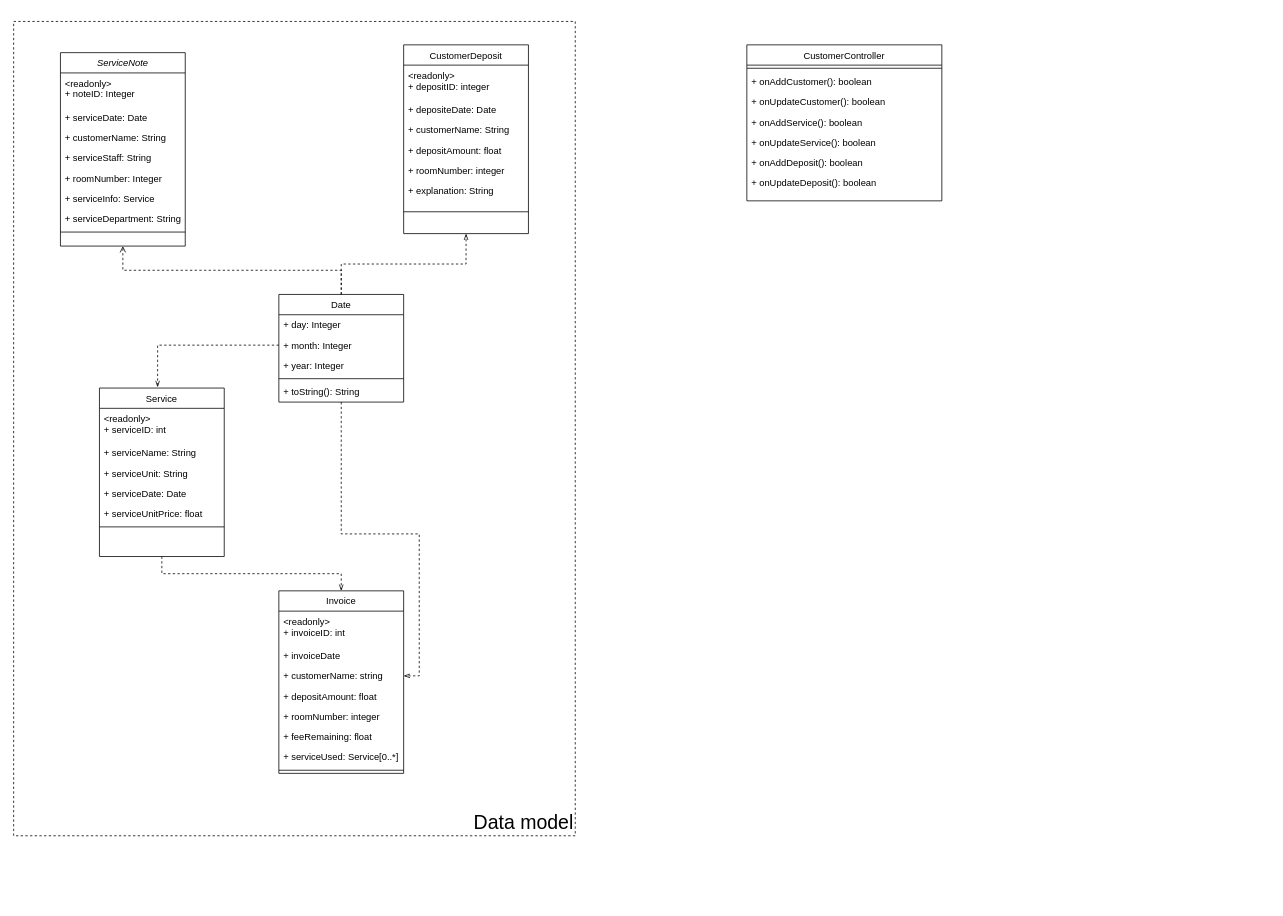
Above: Diagram/Class Diagram.drawio in jonathanha52/SE104.L23.PMCL (draw.io), before the change. Source tidied: cells renumbered, new cells numbered last; positions are measured from the earlier drawing's top-left corner, leaving out a move shared by most shapes. Both pictures are drawn from the tidied source at 78%, with x=0, y=0 at pixel (13, 21).
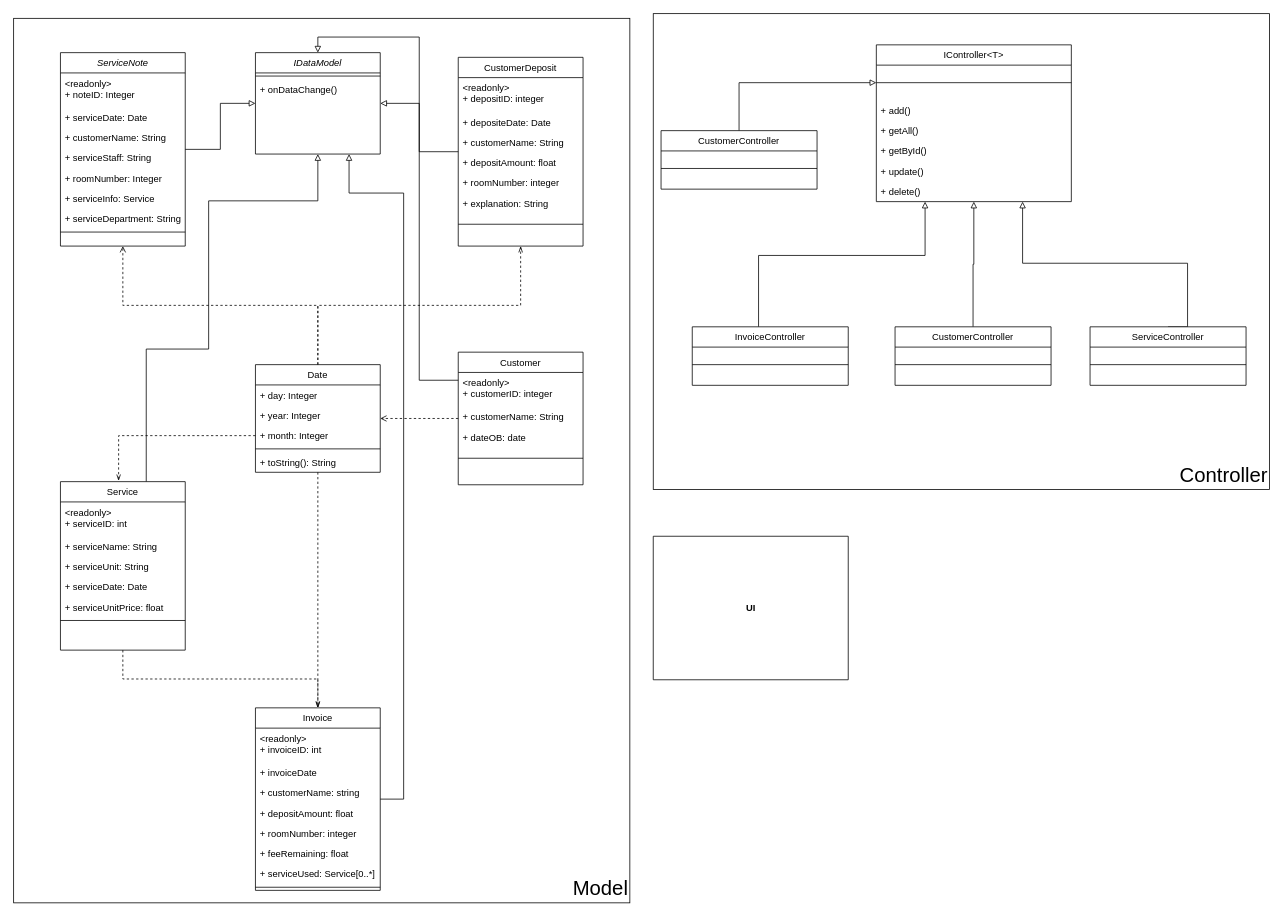
The same diagram, later.

The change refers to these unchanged cells:
```xml
<mxCell id="3" value="ServiceNote" style="swimlane;fontStyle=2;align=center;verticalAlign=top;horizontal=1;startSize=26;rounded=0;shadow=0;strokeWidth=1;" parent="1" vertex="1">
  <mxGeometry x="60" y="40" width="160" height="248" as="geometry" />
</mxCell>
<mxCell id="41" value="+ customerName: string" style="text;align=left;verticalAlign=top;spacingLeft=4;spacingRight=4;overflow=hidden;points=[[0,0.5],[1,0.5]];portConstraint=eastwest;rounded=0;shadow=0;html=0;" parent="38" vertex="1">
  <mxGeometry y="96" width="160" height="26" as="geometry" />
</mxCell>
```

Diff of the diagram source:
```diff
@@
-    <mxCell id="2" value="Data model" style="rounded=0;whiteSpace=wrap;html=1;fillColor=none;dashed=1;align=right;verticalAlign=bottom;fontSize=25;" parent="1" vertex="1">
-      <mxGeometry width="720" height="1044" as="geometry" />
-    </mxCell>
+    <mxCell id="55" value="Controller" style="rounded=0;whiteSpace=wrap;html=1;fillColor=none;shadow=0;glass=0;align=right;verticalAlign=bottom;fontSize=26;" parent="1" vertex="1">
+      <mxGeometry x="820" y="-10" width="790" height="610" as="geometry" />
+    </mxCell>
+    <mxCell id="56" value="Model" style="rounded=0;whiteSpace=wrap;html=1;fillColor=none;shadow=0;glass=0;align=right;verticalAlign=bottom;fontSize=26;" parent="1" vertex="1">
+      <mxGeometry y="-4" width="790" height="1134" as="geometry" />
+    </mxCell>
+    <mxCell id="57" style="edgeStyle=orthogonalEdgeStyle;rounded=0;jettySize=auto;html=1;endArrow=block;endFill=0;" parent="1" edge="1" source="3" target="83">
+      <mxGeometry relative="1" as="geometry" />
+    </mxCell>
@@
+    <mxCell id="58" style="edgeStyle=orthogonalEdgeStyle;rounded=0;jettySize=auto;html=1;entryX=0.5;entryY=1;entryDx=0;entryDy=0;endArrow=block;endFill=0;" parent="1" edge="1" source="13" target="83">
+      <mxGeometry relative="1" as="geometry">
+        <Array as="points">
+          <mxPoint x="170" y="420" />
+          <mxPoint x="250" y="420" />
+          <mxPoint x="250" y="230" />
+          <mxPoint x="390" y="230" />
+        </Array>
+      </mxGeometry>
+    </mxCell>
     <mxCell id="13" value="Service" style="swimlane;fontStyle=0;align=center;verticalAlign=top;horizontal=1;startSize=26;rounded=0;shadow=0;strokeWidth=1;" parent="1" vertex="1">
-      <mxGeometry x="110" y="470" width="160" height="216" as="geometry" />
+      <mxGeometry x="60" y="590" width="160" height="216" as="geometry" />
     </mxCell>
@@
-    <mxCell id="21" style="edgeStyle=orthogonalEdgeStyle;rounded=0;jettySize=auto;html=1;entryX=1;entryY=0.5;entryDx=0;entryDy=0;dashed=1;endArrow=openThin;endFill=0;" parent="1" edge="1" source="22" target="41">
+    <mxCell id="21" style="edgeStyle=orthogonalEdgeStyle;rounded=0;jettySize=auto;html=1;entryX=0.5;entryY=0;entryDx=0;entryDy=0;dashed=1;endArrow=openThin;endFill=0;" parent="1" edge="1" source="22" target="38">
       <mxGeometry relative="1" as="geometry" />
     </mxCell>
     <mxCell id="22" value="Date" style="swimlane;fontStyle=0;align=center;verticalAlign=top;horizontal=1;startSize=26;rounded=0;shadow=0;strokeWidth=1;" parent="1" vertex="1">
-      <mxGeometry x="340" y="350" width="160" height="138" as="geometry" />
+      <mxGeometry x="310" y="440" width="160" height="138" as="geometry" />
     </mxCell>
@@
+    <mxCell id="25" value="+ year: Integer" style="text;align=left;verticalAlign=top;spacingLeft=4;spacingRight=4;overflow=hidden;" parent="22" vertex="1">
+      <mxGeometry y="52" width="160" height="26" as="geometry" />
+    </mxCell>
     <mxCell id="24" value="+ month: Integer" style="text;align=left;verticalAlign=top;spacingLeft=4;spacingRight=4;overflow=hidden;points=[[0,0.5],[1,0.5]];portConstraint=eastwest;" parent="22" vertex="1">
-      <mxGeometry y="52" width="160" height="26" as="geometry" />
+      <mxGeometry y="78" width="160" height="26" as="geometry" />
     </mxCell>
-    <mxCell id="25" value="+ year: Integer" style="text;align=left;verticalAlign=top;spacingLeft=4;spacingRight=4;overflow=hidden;" parent="22" vertex="1">
-      <mxGeometry y="78" width="160" height="26" as="geometry" />
-    </mxCell>
@@
+    <mxCell id="59" style="edgeStyle=orthogonalEdgeStyle;rounded=0;jettySize=auto;html=1;endArrow=block;endFill=0;" parent="1" edge="1" source="29" target="83">
+      <mxGeometry relative="1" as="geometry" />
+    </mxCell>
     <mxCell id="29" value="CustomerDeposit" style="swimlane;fontStyle=0;align=center;verticalAlign=top;horizontal=1;startSize=26;rounded=0;shadow=0;strokeWidth=1;" parent="1" vertex="1">
-      <mxGeometry x="500" y="30" width="160" height="242" as="geometry" />
+      <mxGeometry x="570" y="46" width="160" height="242" as="geometry" />
     </mxCell>
@@
+    <mxCell id="60" style="edgeStyle=orthogonalEdgeStyle;rounded=0;jettySize=auto;html=1;entryX=0.75;entryY=1;entryDx=0;entryDy=0;endArrow=block;endFill=0;" parent="1" edge="1" source="38" target="83">
+      <mxGeometry relative="1" as="geometry">
+        <Array as="points">
+          <mxPoint x="500" y="997" />
+          <mxPoint x="500" y="220" />
+          <mxPoint x="430" y="220" />
+        </Array>
+      </mxGeometry>
+    </mxCell>
     <mxCell id="38" value="Invoice" style="swimlane;fontStyle=0;align=center;verticalAlign=top;horizontal=1;startSize=26;rounded=0;shadow=0;strokeWidth=1;" parent="1" vertex="1">
-      <mxGeometry x="340" y="730" width="160" height="234" as="geometry" />
+      <mxGeometry x="310" y="880" width="160" height="234" as="geometry" />
     </mxCell>
@@
-    <mxCell id="47" value="CustomerController" style="swimlane;fontStyle=0;align=center;verticalAlign=top;horizontal=1;startSize=26;rounded=0;shadow=0;strokeWidth=1;" parent="1" vertex="1">
-      <mxGeometry x="940" y="30" width="250" height="200" as="geometry" />
+    <mxCell id="47" value="IController&lt;T&gt;" style="swimlane;fontStyle=0;align=center;verticalAlign=top;horizontal=1;startSize=26;rounded=0;shadow=0;strokeWidth=1;" parent="1" vertex="1">
+      <mxGeometry x="1106" y="30" width="250" height="201" as="geometry" />
     </mxCell>
     <mxCell id="48" style="line;html=1;strokeWidth=1;align=left;verticalAlign=middle;spacingTop=-1;spacingLeft=3;spacingRight=3;labelPosition=right;points=[];portConstraint=eastwest;" parent="47" vertex="1">
-      <mxGeometry y="26" width="250" height="8" as="geometry" />
+      <mxGeometry y="26" width="250" height="45" as="geometry" />
     </mxCell>
-    <mxCell id="49" value="+ onAddCustomer(): boolean " style="text;align=left;verticalAlign=top;spacingLeft=4;spacingRight=4;overflow=hidden;rounded=0;shadow=0;html=0;" parent="47" vertex="1">
-      <mxGeometry y="34" width="250" height="26" as="geometry" />
-    </mxCell>
-    <mxCell id="50" value="+ onUpdateCustomer(): boolean " style="text;align=left;verticalAlign=top;spacingLeft=4;spacingRight=4;overflow=hidden;rounded=0;shadow=0;html=0;" parent="47" vertex="1">
-      <mxGeometry y="60" width="250" height="26" as="geometry" />
-    </mxCell>
-    <mxCell id="51" value="+ onAddService(): boolean " style="text;align=left;verticalAlign=top;spacingLeft=4;spacingRight=4;overflow=hidden;rounded=0;shadow=0;html=0;" parent="47" vertex="1">
-      <mxGeometry y="86" width="250" height="26" as="geometry" />
-    </mxCell>
-    <mxCell id="52" value="+ onUpdateService(): boolean " style="text;align=left;verticalAlign=top;spacingLeft=4;spacingRight=4;overflow=hidden;rounded=0;shadow=0;html=0;" parent="47" vertex="1">
-      <mxGeometry y="112" width="250" height="26" as="geometry" />
-    </mxCell>
-    <mxCell id="53" value="+ onAddDeposit(): boolean " style="text;align=left;verticalAlign=top;spacingLeft=4;spacingRight=4;overflow=hidden;rounded=0;shadow=0;html=0;" parent="47" vertex="1">
-      <mxGeometry y="138" width="250" height="26" as="geometry" />
+    <mxCell id="53" value="+ add()" style="text;align=left;verticalAlign=top;spacingLeft=4;spacingRight=4;overflow=hidden;rounded=0;shadow=0;html=0;" parent="47" vertex="1">
+      <mxGeometry y="71" width="250" height="26" as="geometry" />
     </mxCell>
-    <mxCell id="54" value="+ onUpdateDeposit(): boolean " style="text;align=left;verticalAlign=top;spacingLeft=4;spacingRight=4;overflow=hidden;rounded=0;shadow=0;html=0;" parent="47" vertex="1">
-      <mxGeometry y="164" width="250" height="26" as="geometry" />
+    <mxCell id="54" value="+ getAll()" style="text;align=left;verticalAlign=top;spacingLeft=4;spacingRight=4;overflow=hidden;rounded=0;shadow=0;html=0;" parent="47" vertex="1">
+      <mxGeometry y="97" width="250" height="26" as="geometry" />
     </mxCell>
+    <mxCell id="61" value="+ getById()" style="text;align=left;verticalAlign=top;spacingLeft=4;spacingRight=4;overflow=hidden;rounded=0;shadow=0;html=0;" parent="47" vertex="1">
+      <mxGeometry y="123" width="250" height="26" as="geometry" />
+    </mxCell>
+    <mxCell id="62" value="+ update()" style="text;align=left;verticalAlign=top;spacingLeft=4;spacingRight=4;overflow=hidden;rounded=0;shadow=0;html=0;" parent="47" vertex="1">
+      <mxGeometry y="149" width="250" height="26" as="geometry" />
+    </mxCell>
+    <mxCell id="63" value="+ delete()" style="text;align=left;verticalAlign=top;spacingLeft=4;spacingRight=4;overflow=hidden;rounded=0;shadow=0;html=0;" parent="47" vertex="1">
+      <mxGeometry y="175" width="250" height="26" as="geometry" />
+    </mxCell>
+    <mxCell id="64" style="edgeStyle=orthogonalEdgeStyle;rounded=0;jettySize=auto;html=1;entryX=0.5;entryY=1;entryDx=0;entryDy=0;endArrow=block;endFill=0;" parent="1" edge="1" source="65" target="47">
+      <mxGeometry relative="1" as="geometry" />
+    </mxCell>
+    <mxCell id="65" value="CustomerController" style="swimlane;fontStyle=0;align=center;verticalAlign=top;horizontal=1;startSize=26;rounded=0;shadow=0;strokeWidth=1;" parent="1" vertex="1">
+      <mxGeometry x="1130" y="391.5" width="200" height="75" as="geometry" />
+    </mxCell>
+    <mxCell id="66" style="line;html=1;strokeWidth=1;align=left;verticalAlign=middle;spacingTop=-1;spacingLeft=3;spacingRight=3;labelPosition=right;" parent="65" vertex="1">
+      <mxGeometry y="26" width="200" height="45" as="geometry" />
+    </mxCell>
+    <mxCell id="67" style="edgeStyle=orthogonalEdgeStyle;rounded=0;jettySize=auto;html=1;entryX=0.25;entryY=1;entryDx=0;entryDy=0;endArrow=block;endFill=0;" parent="1" edge="1" source="68" target="47">
+      <mxGeometry relative="1" as="geometry">
+        <Array as="points">
+          <mxPoint x="955" y="300" />
+          <mxPoint x="1169" y="300" />
+        </Array>
+      </mxGeometry>
+    </mxCell>
+    <mxCell id="68" value="InvoiceController" style="swimlane;fontStyle=0;align=center;verticalAlign=top;horizontal=1;startSize=26;rounded=0;shadow=0;strokeWidth=1;" parent="1" vertex="1">
+      <mxGeometry x="870" y="391.5" width="200" height="75" as="geometry" />
+    </mxCell>
+    <mxCell id="69" style="line;html=1;strokeWidth=1;align=left;verticalAlign=middle;spacingTop=-1;spacingLeft=3;spacingRight=3;labelPosition=right;" parent="68" vertex="1">
+      <mxGeometry y="26" width="200" height="45" as="geometry" />
+    </mxCell>
+    <mxCell id="70" style="edgeStyle=orthogonalEdgeStyle;rounded=0;jettySize=auto;html=1;entryX=0.75;entryY=1;entryDx=0;entryDy=0;endArrow=block;endFill=0;exitX=0.5;exitY=0;exitDx=0;exitDy=0;" parent="1" edge="1" source="71" target="47">
+      <mxGeometry relative="1" as="geometry">
+        <Array as="points">
+          <mxPoint x="1505" y="392" />
+          <mxPoint x="1505" y="310" />
+          <mxPoint x="1293" y="310" />
+        </Array>
+      </mxGeometry>
+    </mxCell>
+    <mxCell id="71" value="ServiceController" style="swimlane;fontStyle=0;align=center;verticalAlign=top;horizontal=1;startSize=26;rounded=0;shadow=0;strokeWidth=1;" parent="1" vertex="1">
+      <mxGeometry x="1380" y="391.5" width="200" height="75" as="geometry" />
+    </mxCell>
+    <mxCell id="72" style="line;html=1;strokeWidth=1;align=left;verticalAlign=middle;spacingTop=-1;spacingLeft=3;spacingRight=3;labelPosition=right;" parent="71" vertex="1">
+      <mxGeometry y="26" width="200" height="45" as="geometry" />
+    </mxCell>
+    <mxCell id="73" style="edgeStyle=orthogonalEdgeStyle;rounded=0;jettySize=auto;html=1;endArrow=open;endFill=0;dashed=1;" parent="1" edge="1" source="75" target="22">
+      <mxGeometry relative="1" as="geometry" />
+    </mxCell>
+    <mxCell id="74" style="edgeStyle=orthogonalEdgeStyle;rounded=0;jettySize=auto;html=1;entryX=0.5;entryY=0;entryDx=0;entryDy=0;endArrow=block;endFill=0;" parent="1" edge="1" source="75" target="83">
+      <mxGeometry relative="1" as="geometry">
+        <Array as="points">
+          <mxPoint x="520" y="460" />
+          <mxPoint x="520" y="20" />
+          <mxPoint x="390" y="20" />
+        </Array>
+      </mxGeometry>
+    </mxCell>
+    <mxCell id="75" value="Customer" style="swimlane;fontStyle=0;align=center;verticalAlign=top;horizontal=1;startSize=26;rounded=0;shadow=0;strokeWidth=1;" parent="1" vertex="1">
+      <mxGeometry x="570" y="424" width="160" height="170" as="geometry" />
+    </mxCell>
+    <mxCell id="76" value="&lt;readonly&gt;&#10;+ customerID: integer" style="text;align=left;verticalAlign=top;spacingLeft=4;spacingRight=4;overflow=hidden;" parent="75" vertex="1">
+      <mxGeometry y="26" width="160" height="44" as="geometry" />
+    </mxCell>
+    <mxCell id="77" value="+ customerName: String" style="text;align=left;verticalAlign=top;spacingLeft=4;spacingRight=4;overflow=hidden;rounded=0;shadow=0;html=0;" parent="75" vertex="1">
+      <mxGeometry y="70" width="160" height="26" as="geometry" />
+    </mxCell>
+    <mxCell id="78" value="+ dateOB: date" style="text;align=left;verticalAlign=top;spacingLeft=4;spacingRight=4;overflow=hidden;rounded=0;shadow=0;html=0;" parent="75" vertex="1">
+      <mxGeometry y="96" width="160" height="26" as="geometry" />
+    </mxCell>
+    <mxCell id="79" style="line;html=1;strokeWidth=1;align=left;verticalAlign=middle;spacingTop=-1;spacingLeft=3;spacingRight=3;labelPosition=right;" parent="75" vertex="1">
+      <mxGeometry y="122" width="160" height="28" as="geometry" />
+    </mxCell>
+    <mxCell id="80" style="edgeStyle=orthogonalEdgeStyle;rounded=0;jettySize=auto;html=1;endArrow=block;endFill=0;" parent="1" edge="1" source="81" target="48">
+      <mxGeometry relative="1" as="geometry" />
+    </mxCell>
+    <mxCell id="81" value="CustomerController" style="swimlane;fontStyle=0;align=center;verticalAlign=top;horizontal=1;startSize=26;rounded=0;shadow=0;strokeWidth=1;" parent="1" vertex="1">
+      <mxGeometry x="830" y="140" width="200" height="75" as="geometry" />
+    </mxCell>
+    <mxCell id="82" style="line;html=1;strokeWidth=1;align=left;verticalAlign=middle;spacingTop=-1;spacingLeft=3;spacingRight=3;labelPosition=right;" parent="81" vertex="1">
+      <mxGeometry y="26" width="200" height="45" as="geometry" />
+    </mxCell>
+    <mxCell id="83" value="IDataModel" style="swimlane;fontStyle=2;align=center;verticalAlign=top;horizontal=1;startSize=26;rounded=0;shadow=0;strokeWidth=1;" parent="1" vertex="1">
+      <mxGeometry x="310" y="40" width="160" height="130" as="geometry" />
+    </mxCell>
+    <mxCell id="84" style="line;html=1;strokeWidth=1;align=left;verticalAlign=middle;spacingTop=-1;spacingLeft=3;spacingRight=3;labelPosition=right;" parent="83" vertex="1">
+      <mxGeometry y="26" width="160" height="8" as="geometry" />
+    </mxCell>
+    <mxCell id="85" value="+ onDataChange()" style="text;align=left;verticalAlign=top;spacingLeft=4;spacingRight=4;overflow=hidden;" parent="83" vertex="1">
+      <mxGeometry y="34" width="160" height="44" as="geometry" />
+    </mxCell>
+    <mxCell id="86" value="UI" style="swimlane;fontStyle=1;align=center;verticalAlign=middle;horizontal=1;startSize=184;html=1;" parent="1" vertex="1">
+      <mxGeometry x="820" y="660" width="250" height="184" as="geometry" />
+    </mxCell>
```
